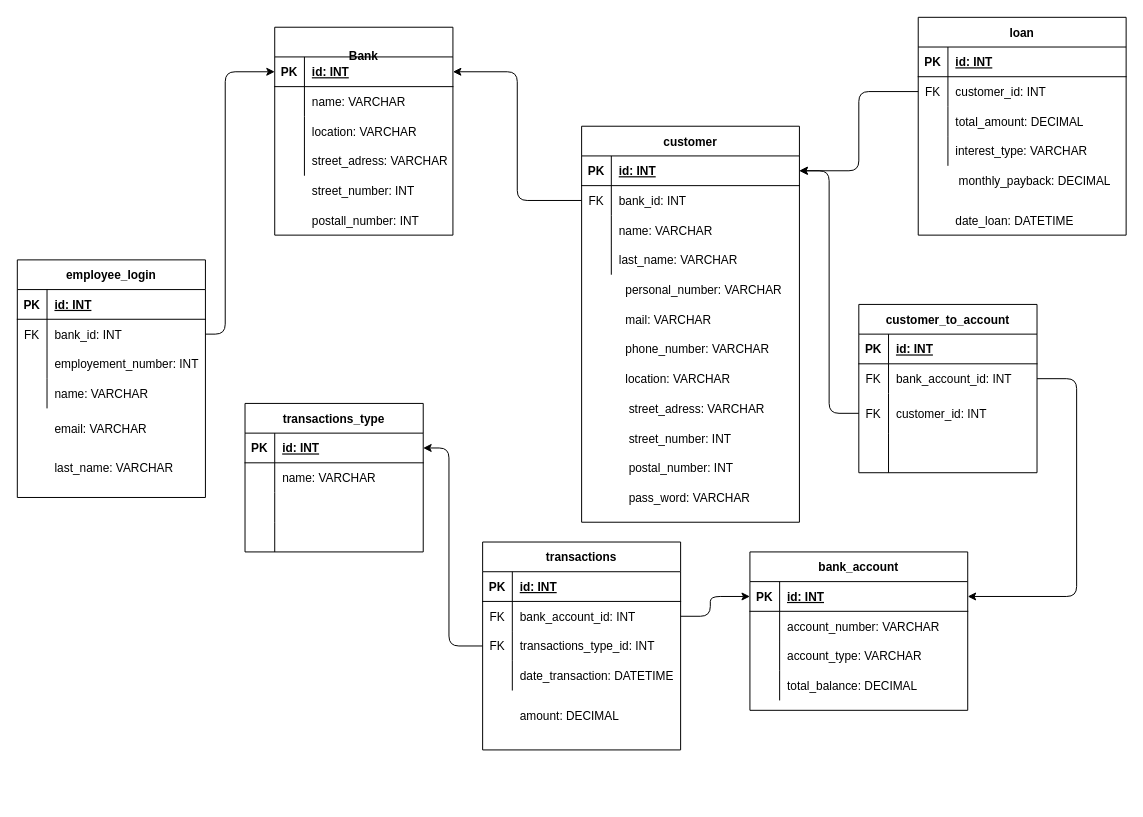
Earlier version of the draw.io diagram KopplingsDiagram.drawio (Svaaan/svansbank). Source tidied: cells renumbered, new cells numbered last; positions are measured from the earlier drawing's top-left corner, leaving out a move shared by most shapes. Both pictures are drawn from the tidied source at 99%, with x=0, y=0 at pixel (17, 17).
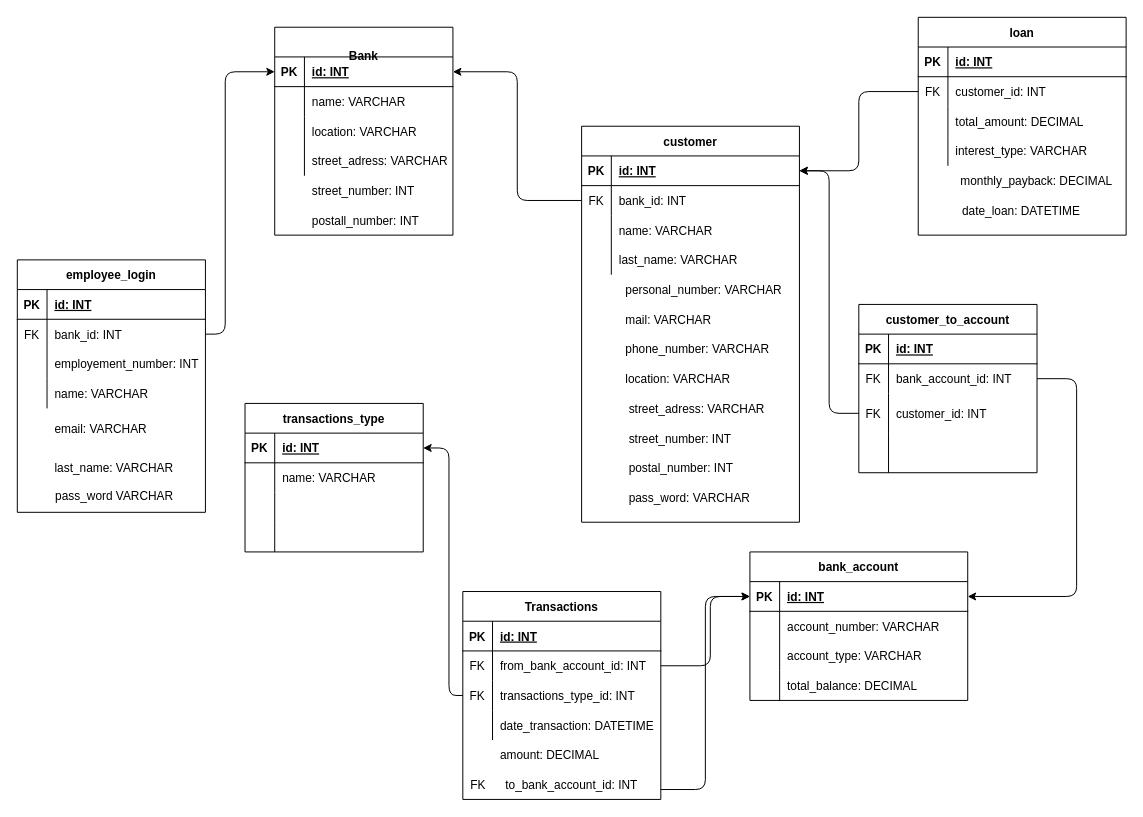
The same page after the edit.

Unchanged cells that the change refers to:
```xml
<mxCell id="45" style="shape=partialRectangle;fillColor=none;top=0;left=0;bottom=0;right=0;points=[[0,0.5],[1,0.5]];portConstraint=eastwest;" parent="41" vertex="1">
  <mxGeometry y="60" width="200" height="30" as="geometry" />
</mxCell>
<mxCell id="55" style="shape=partialRectangle;fillColor=none;top=0;left=0;bottom=1;right=0;points=[[0,0.5],[1,0.5]];portConstraint=eastwest;" parent="54" vertex="1">
  <mxGeometry y="30" width="220" height="30" as="geometry" />
</mxCell>
```

Diff of the diagram source:
```diff
@@
     <mxCell id="28" value="employee_login" style="shape=table;startSize=30;childLayout=tableLayout;rowLines=0;fontStyle=1;align=center;" parent="1" vertex="1">
-      <mxGeometry y="245" width="190" height="240" as="geometry" />
+      <mxGeometry y="245" width="190" height="255" as="geometry" />
     </mxCell>
@@
-    <mxCell id="41" value="transactions" style="shape=table;startSize=30;childLayout=tableLayout;rowLines=0;fontStyle=1;align=center;" parent="1" vertex="1">
-      <mxGeometry x="470" y="530" width="200" height="210" as="geometry" />
+    <mxCell id="41" value="Transactions" style="shape=table;startSize=30;childLayout=tableLayout;rowLines=0;fontStyle=1;align=center;" parent="1" vertex="1">
+      <mxGeometry x="450" y="580" width="200" height="210" as="geometry" />
     </mxCell>
@@
-    <mxCell id="47" value="bank_account_id: INT" style="shape=partialRectangle;fillColor=none;top=0;left=0;bottom=0;right=0;align=left;spacingLeft=6;overflow=hidden;" parent="45" vertex="1">
+    <mxCell id="47" style="shape=partialRectangle;fillColor=none;top=0;left=0;bottom=0;right=0;align=left;spacingLeft=6;overflow=hidden;" parent="45" vertex="1">
       <mxGeometry x="30" width="170" height="30" as="geometry" />
     </mxCell>
@@
     <mxCell id="54" value="bank_account" style="shape=table;startSize=30;childLayout=tableLayout;rowLines=0;fontStyle=1;align=center;" parent="1" vertex="1">
-      <mxGeometry x="740" y="540" width="220" height="160" as="geometry" />
+      <mxGeometry x="740" y="540" width="220" height="150" as="geometry" />
     </mxCell>
@@
     <mxCell id="121" style="shape=partialRectangle;fillColor=none;top=0;left=0;bottom=0;right=0;" parent="1" vertex="1">
-      <mxGeometry x="910" y="150" width="200" height="30" as="geometry" />
+      <mxGeometry x="910" y="150" width="210" height="30" as="geometry" />
     </mxCell>
     <mxCell id="122" style="shape=partialRectangle;fillColor=none;top=0;left=0;bottom=0;right=0;overflow=hidden;" parent="121" vertex="1">
-      <mxGeometry width="33.3" height="30" as="geometry" />
+      <mxGeometry width="35" height="30" as="geometry" />
     </mxCell>
     <mxCell id="123" value="monthly_payback: DECIMAL" style="shape=partialRectangle;fillColor=none;top=0;left=0;bottom=0;right=0;align=left;spacingLeft=6;overflow=hidden;" parent="121" vertex="1">
-      <mxGeometry x="33.3" width="166.7" height="30" as="geometry" />
+      <mxGeometry x="35" width="175" height="30" as="geometry" />
     </mxCell>
-    <mxCell id="124" value="date_loan: DATETIME" style="shape=partialRectangle;fillColor=none;top=0;left=0;bottom=0;right=0;align=left;spacingLeft=6;overflow=hidden;" parent="1" vertex="1">
-      <mxGeometry x="940" y="190" width="180" height="30" as="geometry" />
+    <mxCell id="124" value="           date_loan: DATETIME" style="shape=partialRectangle;fillColor=none;top=0;left=0;bottom=0;right=0;align=left;spacingLeft=6;overflow=hidden;" parent="1" vertex="1">
+      <mxGeometry x="910" y="180" width="210" height="30" as="geometry" />
     </mxCell>
     <mxCell id="125" value="amount: DECIMAL" style="shape=partialRectangle;fillColor=none;top=0;left=0;bottom=0;right=0;align=left;spacingLeft=6;overflow=hidden;" parent="1" vertex="1">
-      <mxGeometry x="500" y="690" width="150" height="30" as="geometry" />
+      <mxGeometry x="480" y="730" width="170" height="30" as="geometry" />
     </mxCell>
@@
+    <mxCell id="148" value="&amp;nbsp; &amp;nbsp; &amp;nbsp; &amp;nbsp; &amp;nbsp; &amp;nbsp;pass_word VARCHAR" style="text;whiteSpace=wrap;html=1;" parent="1" vertex="1">
+      <mxGeometry y="470" width="190" height="30" as="geometry" />
+    </mxCell>
+    <mxCell id="149" value="from_bank_account_id: INT" style="shape=partialRectangle;fillColor=none;top=0;left=0;bottom=0;right=0;align=left;spacingLeft=6;overflow=hidden;" parent="1" vertex="1">
+      <mxGeometry x="480" y="640" width="175" height="30" as="geometry" />
+    </mxCell>
+    <mxCell id="150" value="FK      to_bank_account_id: INT" style="shape=partialRectangle;fillColor=none;top=0;left=0;bottom=0;right=0;align=left;spacingLeft=6;overflow=hidden;" parent="1" vertex="1">
+      <mxGeometry x="450" y="760" width="200" height="30" as="geometry" />
+    </mxCell>
+    <mxCell id="151" style="edgeStyle=elbowEdgeStyle;elbow=horizontal;endArrow=classic;html=1;entryX=0;entryY=0.5;entryDx=0;entryDy=0;" parent="1" edge="1" target="55">
+      <mxGeometry relative="1" as="geometry">
+        <mxPoint x="650" y="780" as="sourcePoint" />
+      </mxGeometry>
+    </mxCell>
```
